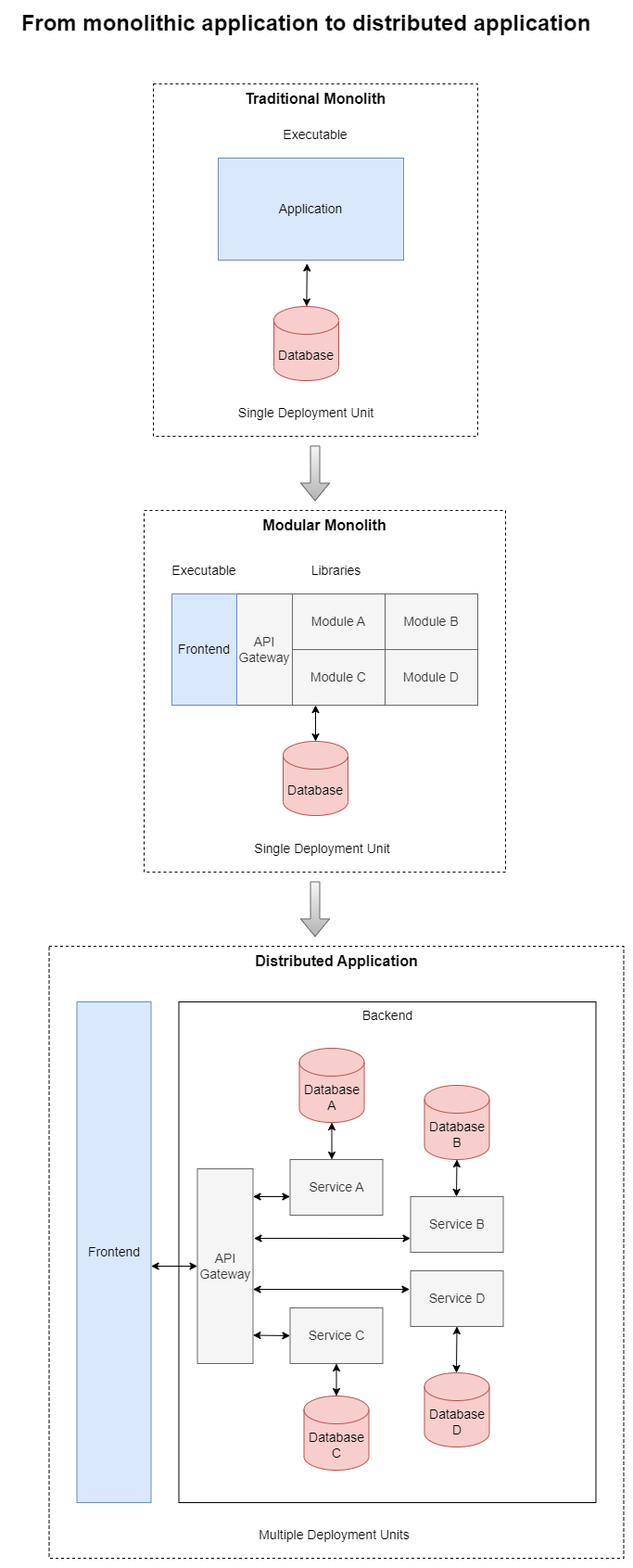
Earlier version of the draw.io export Doc/DeploymentEvolution.png (draphyz/DDD). Source tidied: cells renumbered, new cells last; positions are measured from the earlier drawing's top-left corner, leaving out a move shared by most shapes.
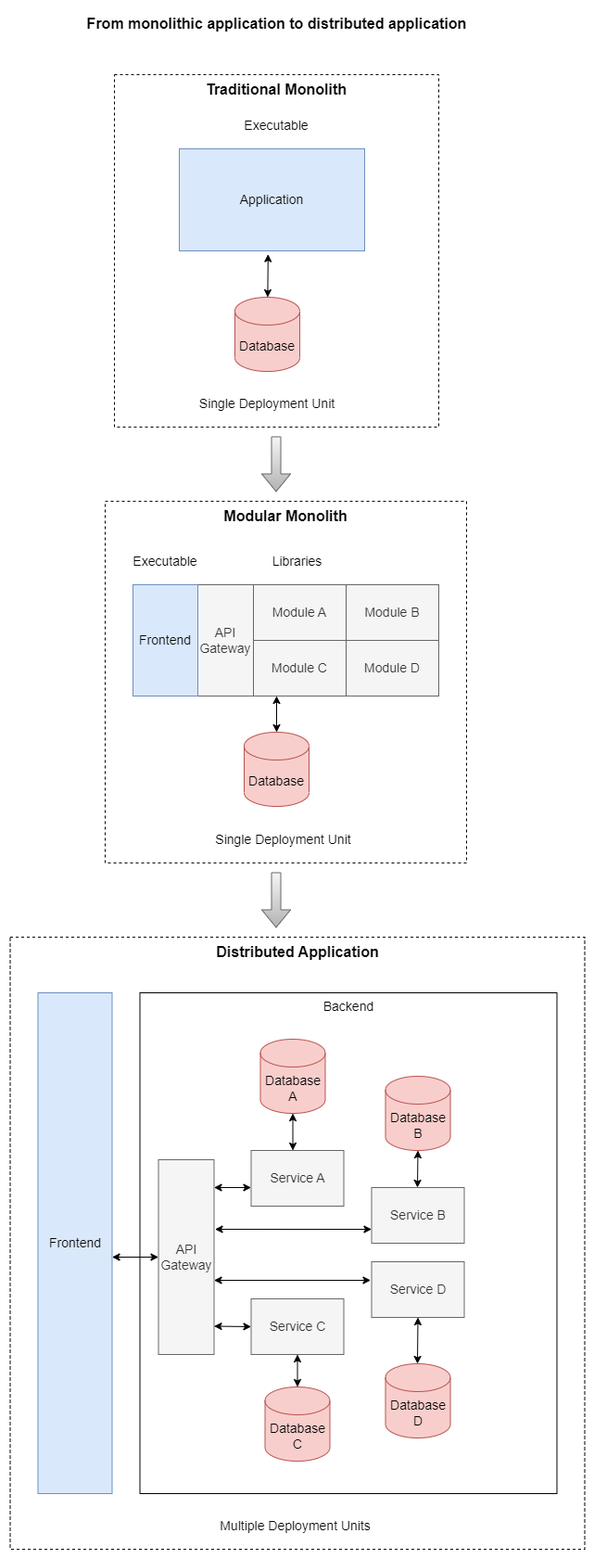
Later version of the same file.

Diff of the diagram source:
```diff
@@ -153,8 +153,8 @@
         <mxPoint x="329.5" y="1000" as="targetPoint" />
       </mxGeometry>
     </mxCell>
-    <mxCell id="44" value="From monolithic application to distributed application" style="text;html=1;strokeColor=none;fillColor=none;align=center;verticalAlign=middle;whiteSpace=wrap;rounded=0;fontStyle=1;fontSize=24;" parent="1" vertex="1">
-      <mxGeometry width="640" height="30" as="geometry" />
+    <mxCell id="44" value="From monolithic application to distributed application" style="text;html=1;strokeColor=none;fillColor=none;align=center;verticalAlign=middle;whiteSpace=wrap;rounded=0;fontStyle=1;fontSize=16;" parent="1" vertex="1">
+      <mxGeometry x="107.5" y="10" width="445" height="30" as="geometry" />
     </mxCell>
   </root>
 </mxGraphModel>
```
